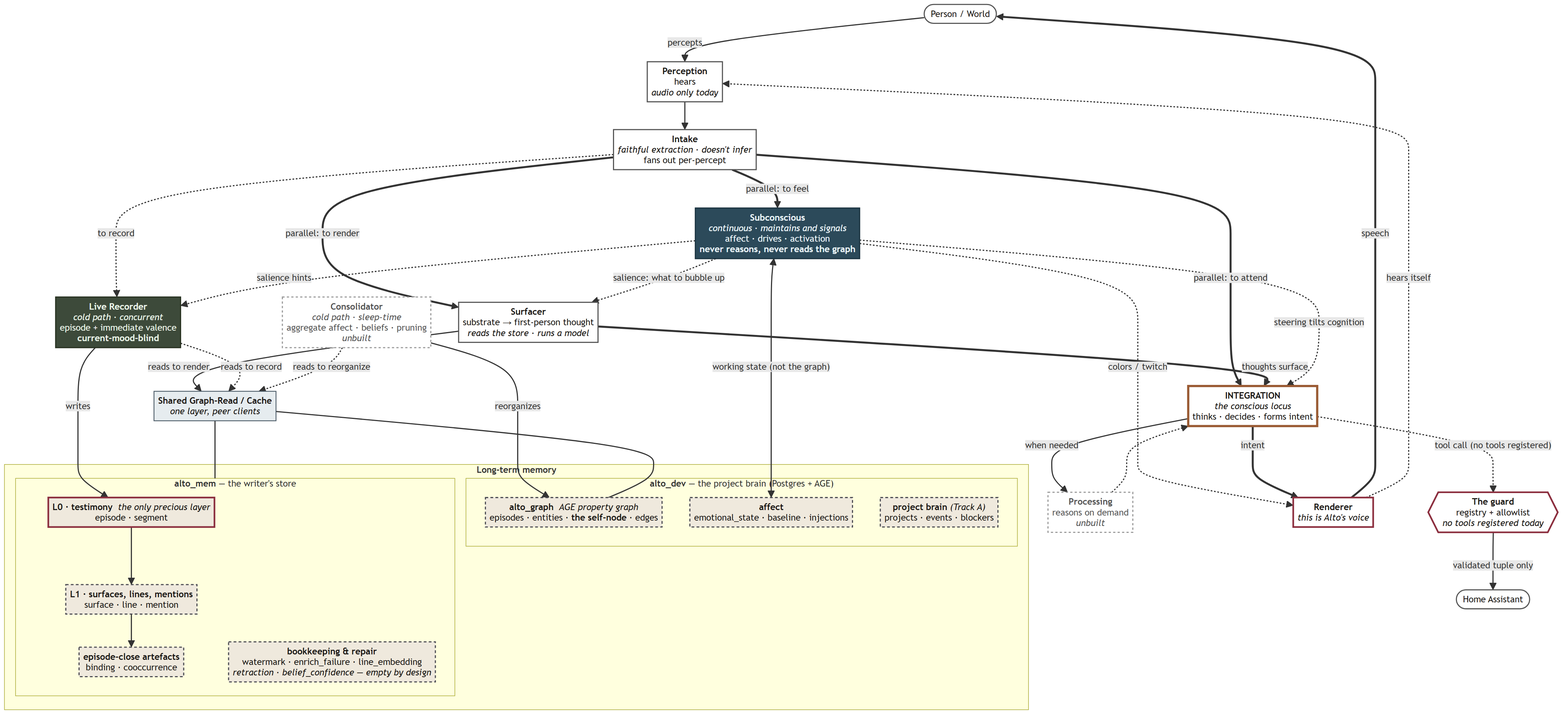
sawyerstrong/alto-design keeps this Mermaid diagram as docs/assets/alto-architecture-2026-09.png. Above is the earlier version. Its source is kept beside it as docs/assets/alto-architecture-2026-09.mmd.
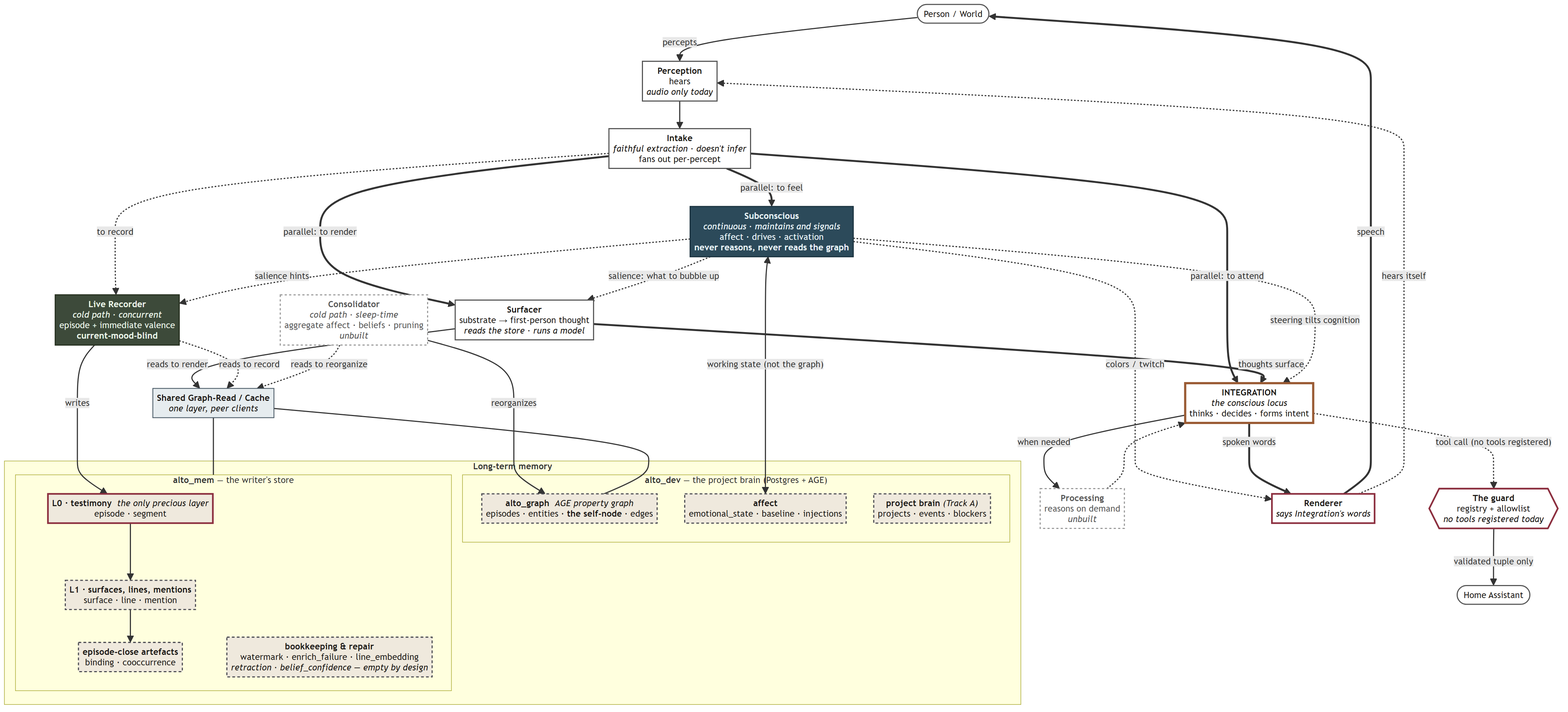
Later version of the same file.

What changed in the source:
```diff
@@ -10,7 +10,7 @@
   IN["<b>INTEGRATION</b><br/><i>the conscious locus</i><br/>thinks · decides · forms intent"]
   PR["<b>Processing</b><br/>reasons on demand<br/><i>unbuilt</i>"]
 
-  R["<b>Renderer</b><br/><i>this is Alto's voice</i>"]
+  R["<b>Renderer</b><br/><i>says Integration's words</i>"]
 
   GUARD{{"<b>The guard</b><br/>registry + allowlist<br/><i>no tools registered today</i>"}}
   HA(["Home Assistant"])
@@ -52,7 +52,7 @@
   SUB -.->|"salience: what to bubble up"| SURF
 
   IN -->|when needed| PR -.-> IN
-  IN ==>|intent| R ==>|speech| world
+  IN ==>|spoken words| R ==>|speech| world
   R -.->|hears itself| P
   IN -.->|"tool call (no tools registered)"| GUARD -->|validated tuple only| HA
 
```
